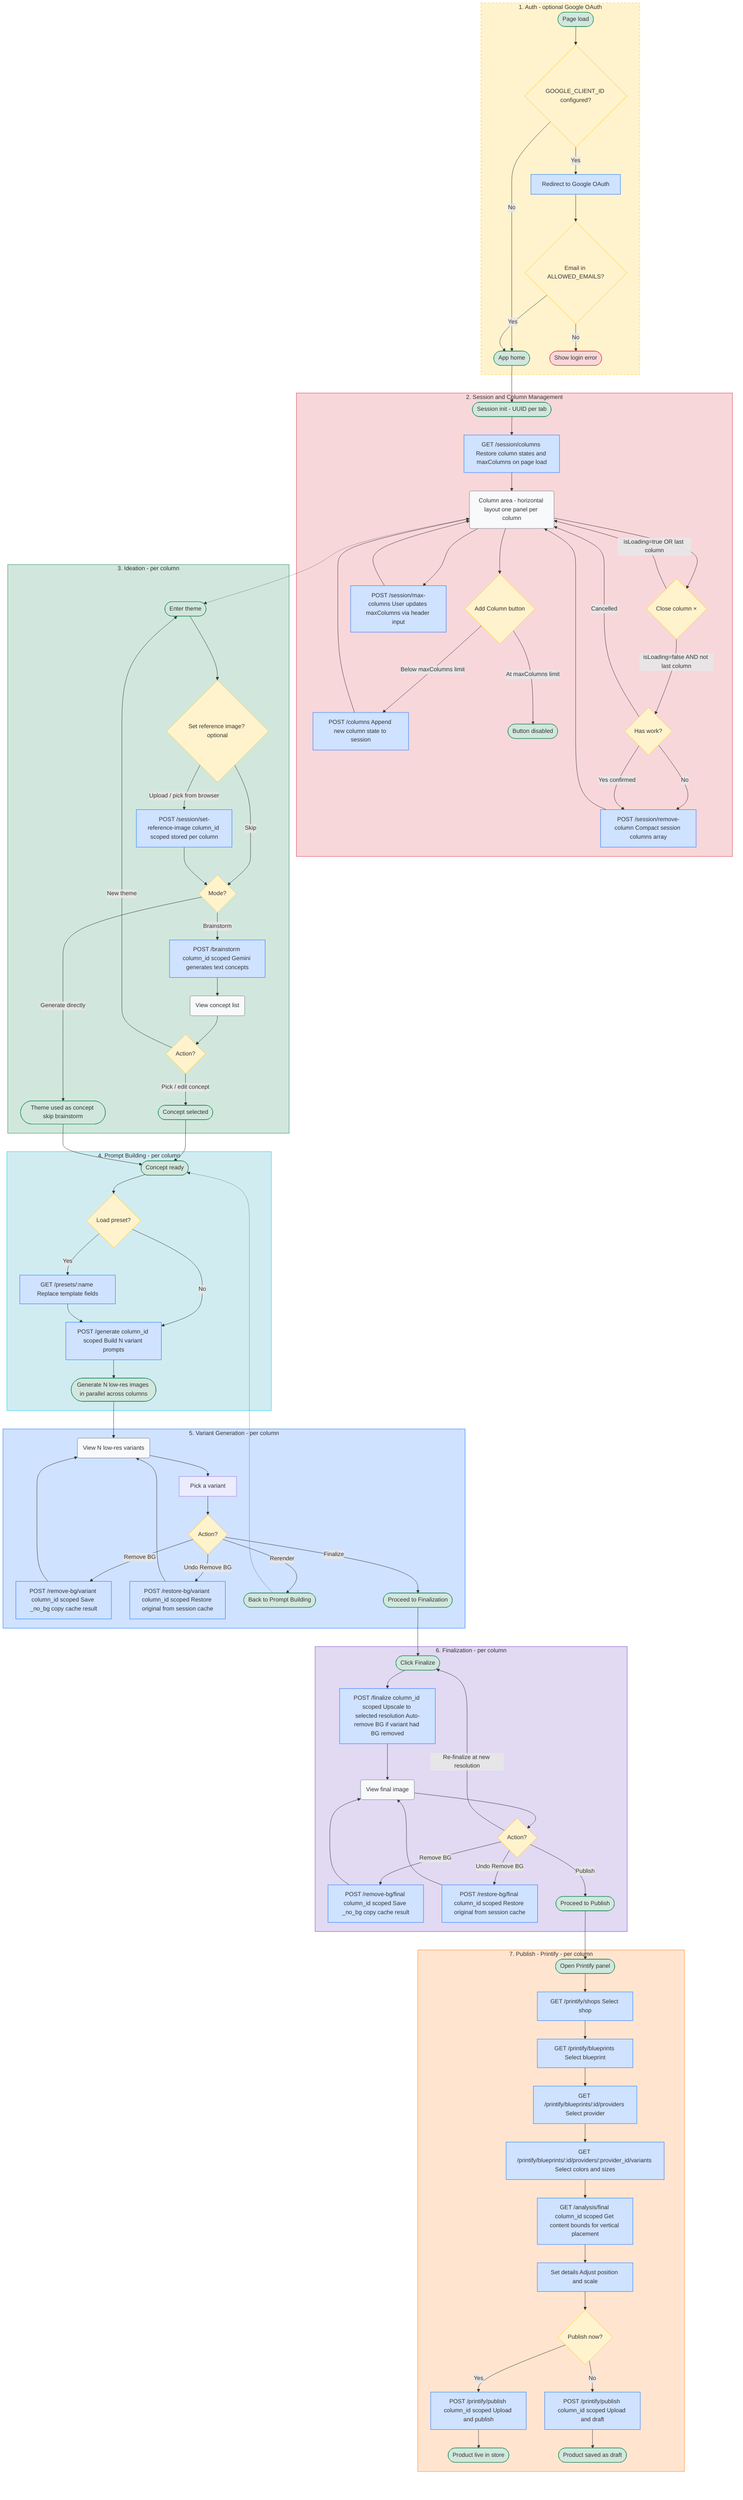
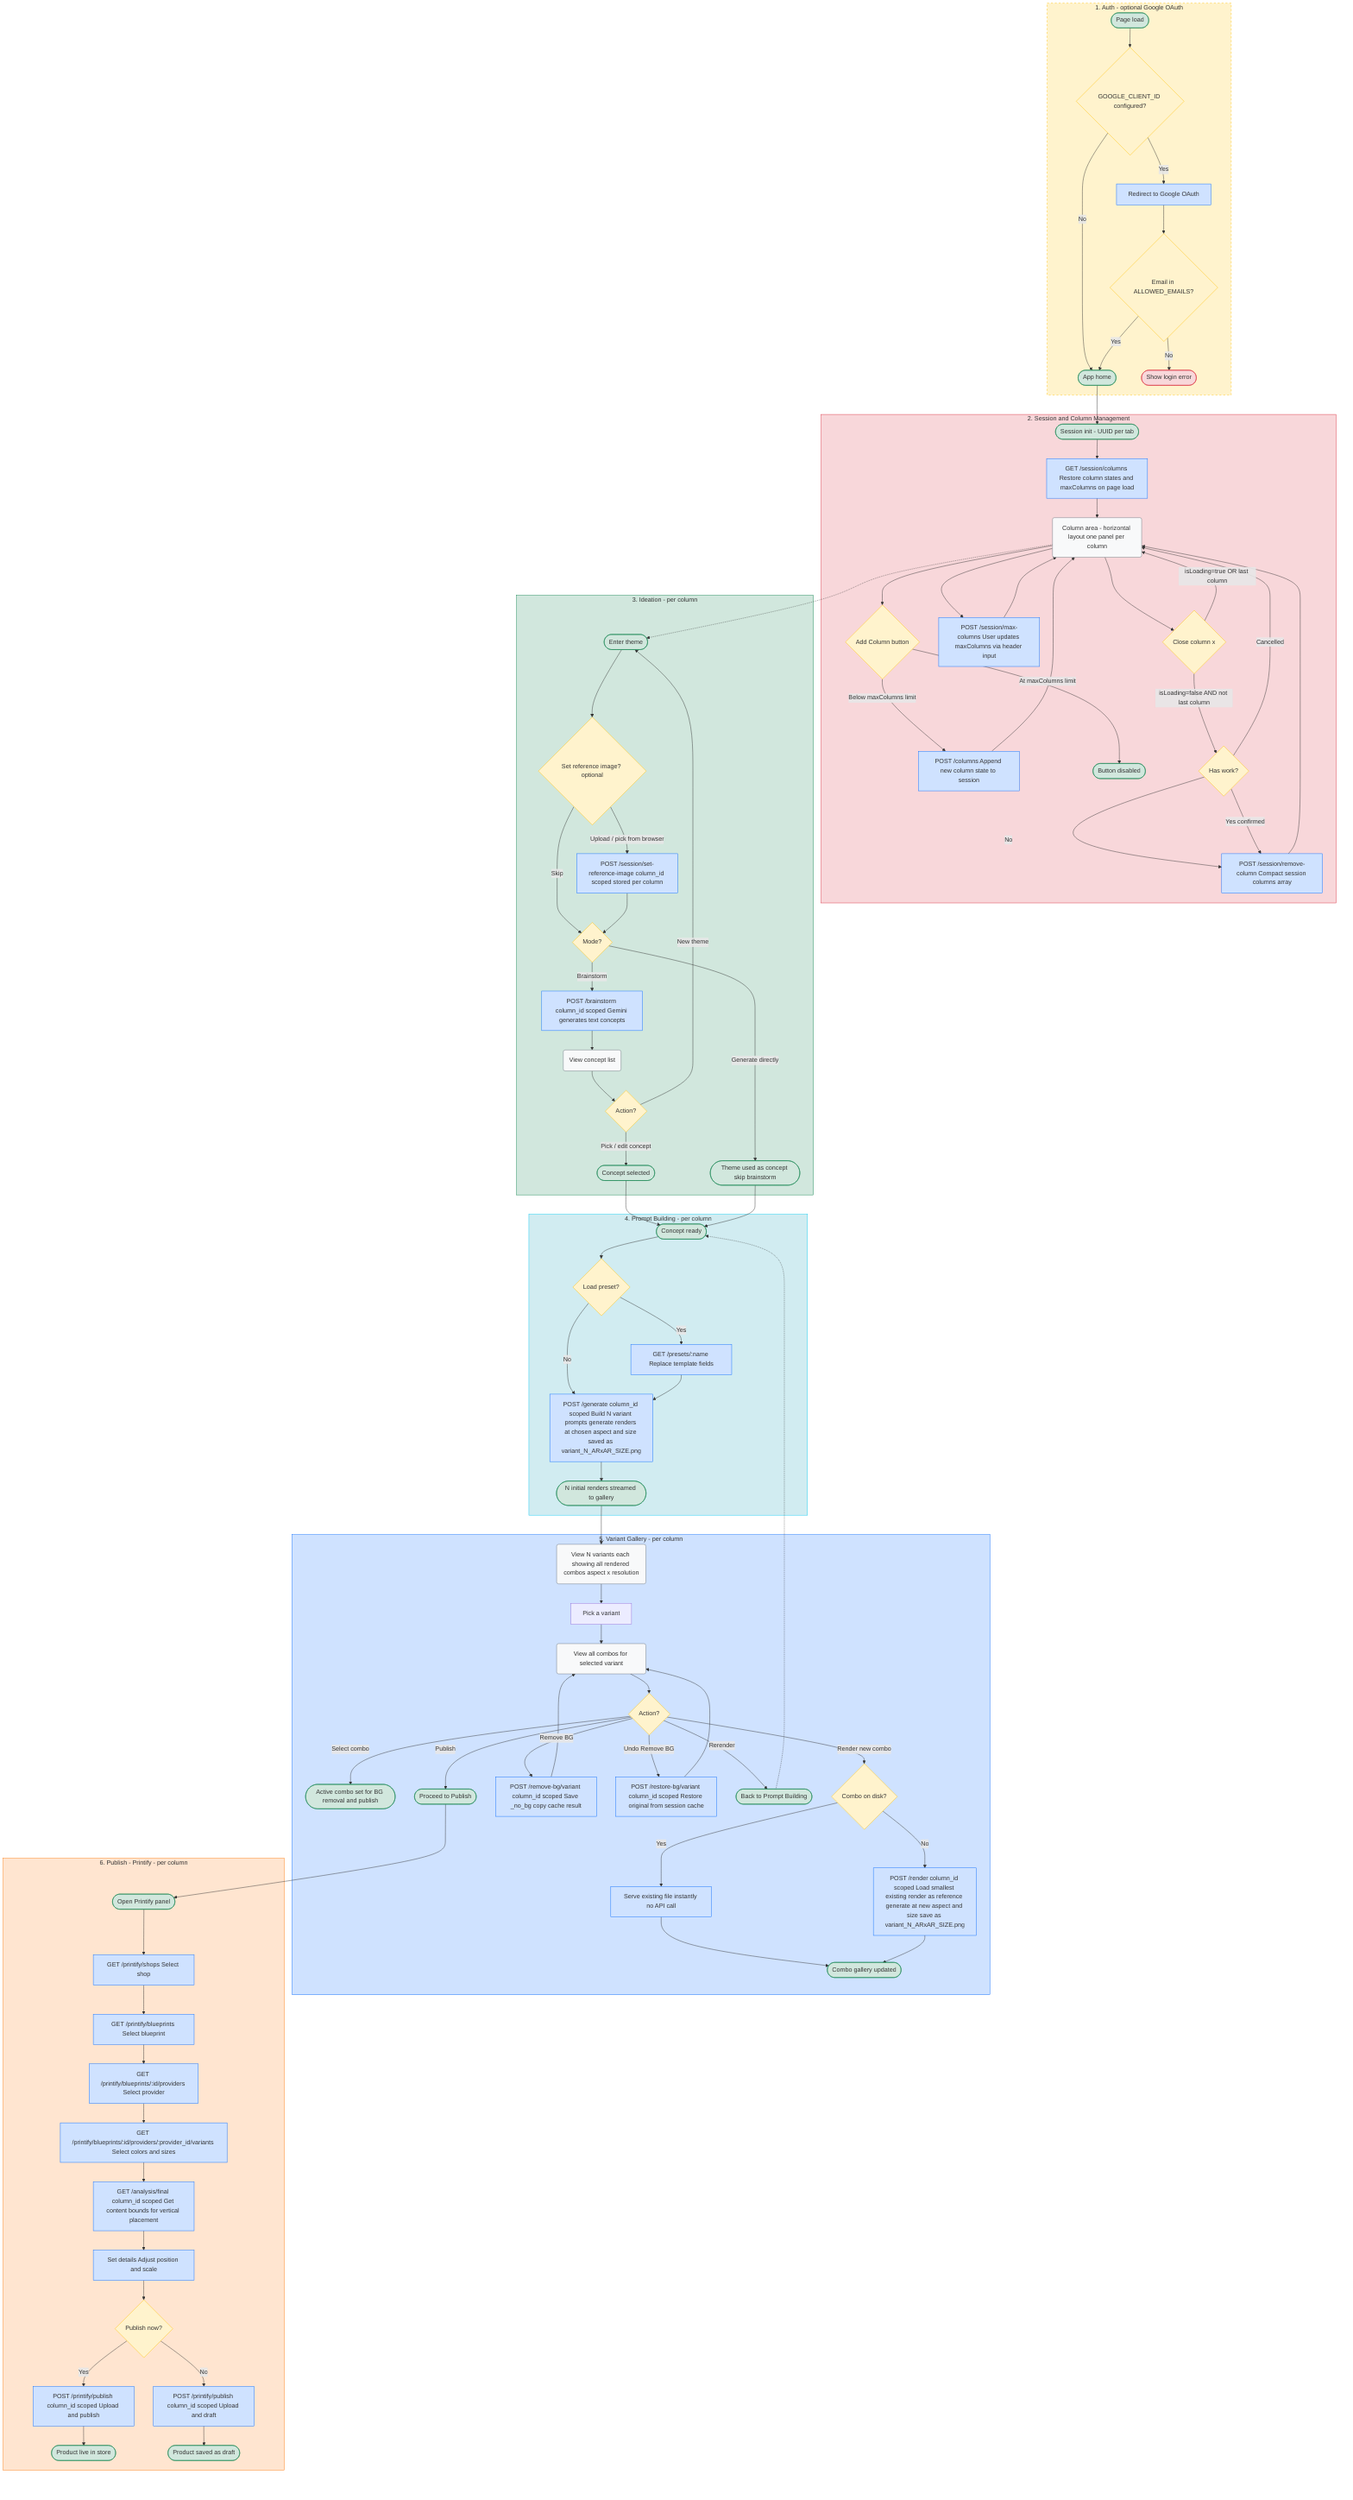
graph TD
    %% 1. Auth
    subgraph Auth [1. Auth - optional Google OAuth]
        PageLoad([Page load]) --> AuthEnabled{GOOGLE_CLIENT_ID configured?}
        AuthEnabled -- No --> AppHome([App home])
        AuthEnabled -- Yes --> OAuthRedirect[Redirect to Google OAuth]
        OAuthRedirect --> AllowlistCheck{Email in ALLOWED_EMAILS?}
        AllowlistCheck -- No --> LoginError([Show login error])
        AllowlistCheck -- Yes --> AppHome
    end

    %% 2. Session and Column Management
    subgraph ColMgmt [2. Session and Column Management]
        SessionInit([Session init - UUID per tab]) --> RestoreState[GET /session/columns Restore column states and maxColumns on page load]
        RestoreState --> ColView(Column area - horizontal layout one panel per column)
        ColView --> AddColBtn{Add Column button}
        AddColBtn -- "Below maxColumns limit" --> AddCol[POST /columns Append new column state to session]
        AddColBtn -- "At maxColumns limit" --> ColLimitMsg([Button disabled])
        AddCol --> ColView
        ColView --> SetMaxCols[POST /session/max-columns User updates maxColumns via header input]
        SetMaxCols --> ColView
-         ColView --> CloseColBtn{Close column ×}
+         ColView --> CloseColBtn{Close column x}
        CloseColBtn -- "isLoading=true OR last column" --> ColView
        CloseColBtn -- "isLoading=false AND not last column" --> ConfirmClose{Has work?}
        ConfirmClose -- "No" --> RemoveCol[POST /session/remove-column Compact session columns array]
        ConfirmClose -- "Yes confirmed" --> RemoveCol
        ConfirmClose -- "Cancelled" --> ColView
        RemoveCol --> ColView
    end

    %% 3. Ideation - runs independently per column (column_id scopes all calls)
    subgraph Ideation [3. Ideation - per column]
        EnterTheme([Enter theme]) --> OptRefImage{Set reference image? optional}
        OptRefImage -- "Upload / pick from browser" --> SetRefImage[POST /session/set-reference-image column_id scoped stored per column]
        OptRefImage -- "Skip" --> IdeationMode{Mode?}
        SetRefImage --> IdeationMode
        IdeationMode -- "Brainstorm" --> Brainstorm[POST /brainstorm column_id scoped Gemini generates text concepts]
        IdeationMode -- "Generate directly" --> DirectConcept([Theme used as concept skip brainstorm])
        Brainstorm --> ViewConcepts(View concept list)
        ViewConcepts --> IdeationChoice{Action?}
        IdeationChoice -- "Pick / edit concept" --> ConceptSelected([Concept selected])
        IdeationChoice -- "New theme" --> EnterTheme
    end

    %% 4. Prompt Building - per column
    subgraph PromptBuild [4. Prompt Building - per column]
        ConceptIn([Concept ready]) --> LoadPreset{Load preset?}
        LoadPreset -- Yes --> ApplyPreset[GET /presets/:name Replace template fields]
        LoadPreset -- No --> BuildPrompts
-         ApplyPreset --> BuildPrompts[POST /generate column_id scoped Build N variant prompts]
-         BuildPrompts --> GenImages([Generate N low-res images in parallel across columns])
+         ApplyPreset --> BuildPrompts[POST /generate column_id scoped Build N variant prompts generate renders at chosen aspect and size saved as variant_N_ARxAR_SIZE.png]
+         BuildPrompts --> GenImages([N initial renders streamed to gallery])
    end

-     %% 5. Variant Generation - per column
-     subgraph VariantGen [5. Variant Generation - per column]
-         ViewVariants(View N low-res variants) --> PickVariant[Pick a variant]
-         PickVariant --> VariantChoice{Action?}
+     %% 5. Variant Gallery - per column
+     subgraph VariantGen [5. Variant Gallery - per column]
+         ViewVariants(View N variants each showing all rendered combos aspect x resolution) --> PickVariant[Pick a variant]
+         PickVariant --> ComboGallery(View all combos for selected variant)
+         ComboGallery --> VariantChoice{Action?}
+ 
+         VariantChoice -- "Select combo" --> SelectCombo([Active combo set for BG removal and publish])
+ 
+         VariantChoice -- "Render new combo" --> RenderCheck{Combo on disk?}
+         RenderCheck -- "Yes" --> ServeExisting[Serve existing file instantly no API call]
+         RenderCheck -- "No" --> RenderNew[POST /render column_id scoped Load smallest existing render as reference generate at new aspect and size save as variant_N_ARxAR_SIZE.png]
+         ServeExisting --> UpdateCombos([Combo gallery updated])
+         RenderNew --> UpdateCombos
+ 
        VariantChoice -- "Remove BG" --> RemoveBGVariant[POST /remove-bg/variant column_id scoped Save _no_bg copy cache result]
-         RemoveBGVariant --> ViewVariants
+         RemoveBGVariant --> ComboGallery
        VariantChoice -- "Undo Remove BG" --> RestoreBGVariant[POST /restore-bg/variant column_id scoped Restore original from session cache]
-         RestoreBGVariant --> ViewVariants
+         RestoreBGVariant --> ComboGallery
+ 
        VariantChoice -- "Rerender" --> RerenderVariants([Back to Prompt Building])
-         VariantChoice -- "Finalize" --> ReadyToFinalize([Proceed to Finalization])
+         VariantChoice -- "Publish" --> ReadyToPublish([Proceed to Publish])
    end

-     %% 6. Finalization - per column
-     subgraph Finalization [6. Finalization - per column]
-         ClickFinalize([Click Finalize]) --> Gen4K[POST /finalize column_id scoped Upscale to selected resolution Auto-remove BG if variant had BG removed]
-         Gen4K --> ViewFinal(View final image)
-         ViewFinal --> FinalChoice{Action?}
-         FinalChoice -- "Remove BG" --> RemoveBGFinal[POST /remove-bg/final column_id scoped Save _no_bg copy cache result]
-         RemoveBGFinal --> ViewFinal
-         FinalChoice -- "Undo Remove BG" --> RestoreBGFinal[POST /restore-bg/final column_id scoped Restore original from session cache]
-         RestoreBGFinal --> ViewFinal
-         FinalChoice -- "Re-finalize at new resolution" --> ClickFinalize
-         FinalChoice -- "Publish" --> ReadyToPublish([Proceed to Publish])
-     end
- 
-     %% 7. Publish - per column
-     subgraph Publish [7. Publish - Printify - per column]
+     %% 6. Publish - per column
+     subgraph Publish [6. Publish - Printify - per column]
        OpenPrintify([Open Printify panel]) --> SelectShop[GET /printify/shops Select shop]
        SelectShop --> SelectBlueprint[GET /printify/blueprints Select blueprint]
        SelectBlueprint --> SelectProvider[GET /printify/blueprints/:id/providers Select provider]
        SelectProvider --> SelectVariants[GET /printify/blueprints/:id/providers/:provider_id/variants Select colors and sizes]
        SelectVariants --> AnalyzeFinal[GET /analysis/final column_id scoped Get content bounds for vertical placement]
        AnalyzeFinal --> SetDetails[Set details Adjust position and scale]
        SetDetails --> PublishChoice{Publish now?}
        PublishChoice -- Yes --> PublishNow[POST /printify/publish column_id scoped Upload and publish]
        PublishChoice -- No --> SaveDraft[POST /printify/publish column_id scoped Upload and draft]
        PublishNow --> Done([Product live in store])
        SaveDraft --> Done2([Product saved as draft])
    end

    %% Phase transitions
    AppHome --> SessionInit
    ConceptSelected --> ConceptIn
    DirectConcept --> ConceptIn
    GenImages --> ViewVariants
    RerenderVariants -.-> ConceptIn
-     ReadyToFinalize --> ClickFinalize
    ReadyToPublish --> OpenPrintify
    ColView -.-> EnterTheme

    %% Subgraph styling
    style Auth fill:#fff3cd,stroke:#ffc107,stroke-dasharray: 5 5
    style ColMgmt fill:#f8d7da,stroke:#dc3545
    style Ideation fill:#d1e7dd,stroke:#198754
    style PromptBuild fill:#d1ecf1,stroke:#0dcaf0
    style VariantGen fill:#cfe2ff,stroke:#0d6efd
-     style Finalization fill:#e2d9f3,stroke:#6f42c1
    style Publish fill:#ffe5d0,stroke:#fd7e14

    %% Decision nodes - amber
    style AuthEnabled fill:#fff3cd,stroke:#ffc107
    style AllowlistCheck fill:#fff3cd,stroke:#ffc107
    style AddColBtn fill:#fff3cd,stroke:#ffc107
    style CloseColBtn fill:#fff3cd,stroke:#ffc107
    style ConfirmClose fill:#fff3cd,stroke:#ffc107
-     style RemoveCol fill:#cfe2ff,stroke:#0d6efd
    style OptRefImage fill:#fff3cd,stroke:#ffc107
    style IdeationMode fill:#fff3cd,stroke:#ffc107
    style IdeationChoice fill:#fff3cd,stroke:#ffc107
    style LoadPreset fill:#fff3cd,stroke:#ffc107
    style VariantChoice fill:#fff3cd,stroke:#ffc107
-     style FinalChoice fill:#fff3cd,stroke:#ffc107
+     style RenderCheck fill:#fff3cd,stroke:#ffc107
    style PublishChoice fill:#fff3cd,stroke:#ffc107

    %% API call nodes - blue
    style OAuthRedirect fill:#cfe2ff,stroke:#0d6efd
    style RestoreState fill:#cfe2ff,stroke:#0d6efd
    style AddCol fill:#cfe2ff,stroke:#0d6efd
    style SetMaxCols fill:#cfe2ff,stroke:#0d6efd
+     style RemoveCol fill:#cfe2ff,stroke:#0d6efd
    style Brainstorm fill:#cfe2ff,stroke:#0d6efd
    style ApplyPreset fill:#cfe2ff,stroke:#0d6efd
    style BuildPrompts fill:#cfe2ff,stroke:#0d6efd
+     style RenderNew fill:#cfe2ff,stroke:#0d6efd
+     style ServeExisting fill:#cfe2ff,stroke:#0d6efd
    style RemoveBGVariant fill:#cfe2ff,stroke:#0d6efd
    style RestoreBGVariant fill:#cfe2ff,stroke:#0d6efd
-     style Gen4K fill:#cfe2ff,stroke:#0d6efd
-     style RemoveBGFinal fill:#cfe2ff,stroke:#0d6efd
-     style RestoreBGFinal fill:#cfe2ff,stroke:#0d6efd
    style SelectShop fill:#cfe2ff,stroke:#0d6efd
    style SelectBlueprint fill:#cfe2ff,stroke:#0d6efd
    style SelectProvider fill:#cfe2ff,stroke:#0d6efd
    style SelectVariants fill:#cfe2ff,stroke:#0d6efd
    style AnalyzeFinal fill:#cfe2ff,stroke:#0d6efd
    style SetRefImage fill:#cfe2ff,stroke:#0d6efd
    style SetDetails fill:#cfe2ff,stroke:#0d6efd
    style PublishNow fill:#cfe2ff,stroke:#0d6efd
    style SaveDraft fill:#cfe2ff,stroke:#0d6efd

    %% View/state nodes - gray
    style ColView fill:#f8f9fa,stroke:#6c757d
    style ViewConcepts fill:#f8f9fa,stroke:#6c757d
    style ViewVariants fill:#f8f9fa,stroke:#6c757d
-     style ViewFinal fill:#f8f9fa,stroke:#6c757d
+     style ComboGallery fill:#f8f9fa,stroke:#6c757d

    %% Terminal nodes - green
    style PageLoad fill:#d1e7dd,stroke:#198754
    style AppHome fill:#d1e7dd,stroke:#198754
    style SessionInit fill:#d1e7dd,stroke:#198754
    style EnterTheme fill:#d1e7dd,stroke:#198754
    style DirectConcept fill:#d1e7dd,stroke:#198754
    style ConceptSelected fill:#d1e7dd,stroke:#198754
    style ConceptIn fill:#d1e7dd,stroke:#198754
    style GenImages fill:#d1e7dd,stroke:#198754
+     style SelectCombo fill:#d1e7dd,stroke:#198754
+     style UpdateCombos fill:#d1e7dd,stroke:#198754
    style RerenderVariants fill:#d1e7dd,stroke:#198754
-     style ReadyToFinalize fill:#d1e7dd,stroke:#198754
-     style ClickFinalize fill:#d1e7dd,stroke:#198754
    style ReadyToPublish fill:#d1e7dd,stroke:#198754
    style OpenPrintify fill:#d1e7dd,stroke:#198754
    style Done fill:#d1e7dd,stroke:#198754
    style Done2 fill:#d1e7dd,stroke:#198754
    style ColLimitMsg fill:#d1e7dd,stroke:#198754

    %% Error nodes - red
    style LoginError fill:#f8d7da,stroke:#dc3545
